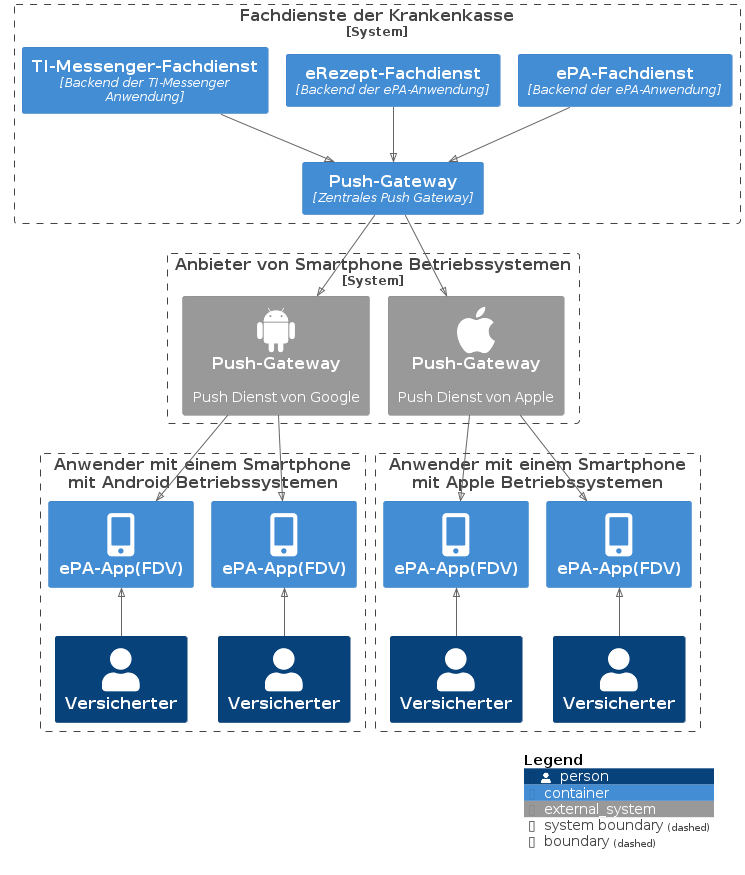
Earlier version of the PlantUML export images/diagrams/TI-Messenger-Dienst/Ressourcen/notifications.png (gematik/api-ti-messenger).
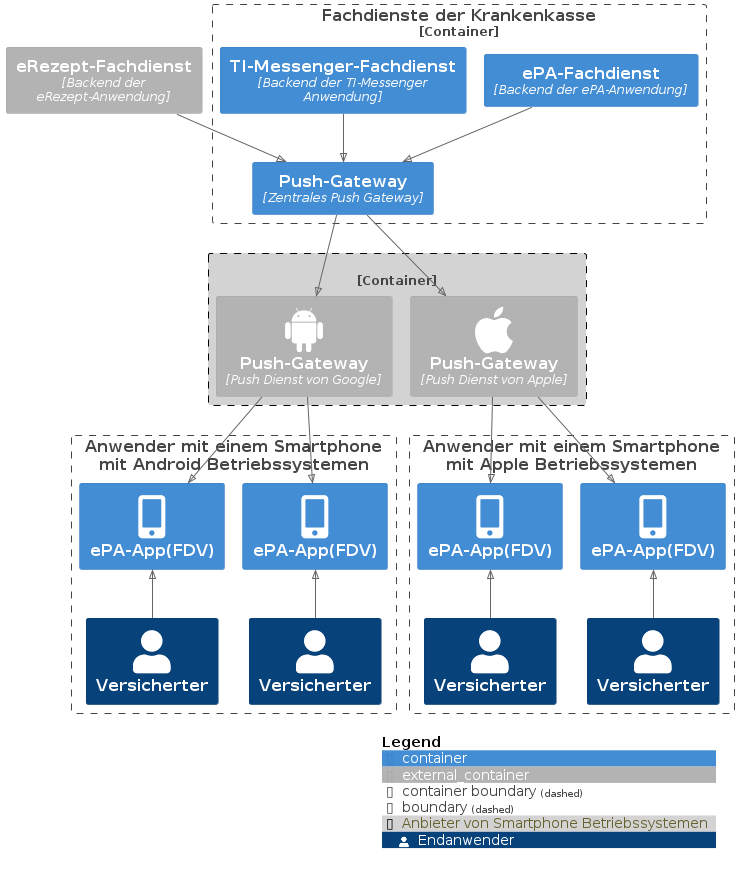
Above is the later version.

Commit message:
Commit from GitHub Actions (GeneratePlantumlImages)

What changed in the source:
```diff
@@ -7,29 +7,32 @@
 !include <tupadr3/devicons2/android>
 !include <tupadr3/devicons2/apple_original>
 
-System_Boundary(kv, "Fachdienste der Krankenkasse") {
-    Container(push, "Push-Gateway", "Zentrales Push Gateway")
-    Container(epa, "ePA-Fachdienst", "Backend der ePA-Anwendung")
-    Container(erezept, "eRezept-Fachdienst", "Backend der ePA-Anwendung")
-    Container(tim, "TI-Messenger-Fachdienst", "Backend der TI-Messenger Anwendung")
+Container_Ext(erezept, "eRezept-Fachdienst", "Backend der eRezept-Anwendung")
+
+Container_Boundary(kv, "Fachdienste der Krankenkasse") {
+    Container(push, "Push-Gateway", "Zentrales Push Gateway", $tags=kk)
+    Container(epa, "ePA-Fachdienst", "Backend der ePA-Anwendung", $tags=kk)
+    Container(tim, "TI-Messenger-Fachdienst", "Backend der TI-Messenger Anwendung", $tags=kk)
 }
+
 Rel(epa, push, "")
 Rel(erezept, push, "")
 Rel(tim, push, "")
 
-System_Boundary(pp, "Anbieter von Smartphone Betriebssystemen") {
-    System_Ext(fcm, "Push-Gateway", "Push Dienst von Google", $sprite=android)
-    System_Ext(apn, "Push-Gateway", "Push Dienst von Apple", $sprite=apple_original)
+AddBoundaryTag(push, #LightGray, $legendText=Anbieter von Smartphone Betriebssystemen, $borderColor=#Black)
+Container_Boundary(pp, "", $tags=push) {
+    Container_Ext(fcm, "Push-Gateway", "Push Dienst von Google", $sprite=android)
+    Container_Ext(apn, "Push-Gateway", "Push Dienst von Apple", $sprite=apple_original)
 }
 Rel(push, fcm, "")
 Rel(push, apn, "")
 
-AddBoundaryTag("Endanwender", $legendText="Endanwender")
+AddPersonTag(Endanwender, $legendText=Endanwender)
 Boundary(ug1, "Anwender mit einem Smartphone\n mit Android Betriebssystemen") {
-    Container(s1, "ePA-App(FDV)", "", $sprite=mobile_alt)
-    Container(s2, "ePA-App(FDV)", "", $sprite=mobile_alt)
-    Person(u1, "Versicherter")
-    Person(u2, "Versicherter")
+    Container(s1, "ePA-App(FDV)", "", $sprite=mobile_alt, $tags=kk)
+    Container(s2, "ePA-App(FDV)", "", $sprite=mobile_alt, $tags=kk)
+    Person(u1, "Versicherter", $tags=Endanwender)
+    Person(u2, "Versicherter", $tags=Endanwender)
     Rel_U(u1, s1, "")
     Rel_U(u2, s2, "")
 }
@@ -38,10 +41,10 @@
 
 
 Boundary(ug2, "Anwender mit einem Smartphone\n mit Apple Betriebssystemen") {
-    Container(s3, "ePA-App(FDV)", "", $sprite=mobile_alt, $tags="Endanwender")
-    Container(s4, "ePA-App(FDV)", "", $sprite=mobile_alt)
-    Person(u3, "Versicherter")
-    Person(u4, "Versicherter")
+    Container(s3, "ePA-App(FDV)", "", $sprite=mobile_alt, $tags=kk)
+    Container(s4, "ePA-App(FDV)", "", $sprite=mobile_alt, $tags=kk)
+    Person(u3, "Versicherter", $tags=Endanwender)
+    Person(u4, "Versicherter", $tags=Endanwender)
     Rel_U(u3, s3, "")
     Rel_U(u4, s4, "")
 }
```
